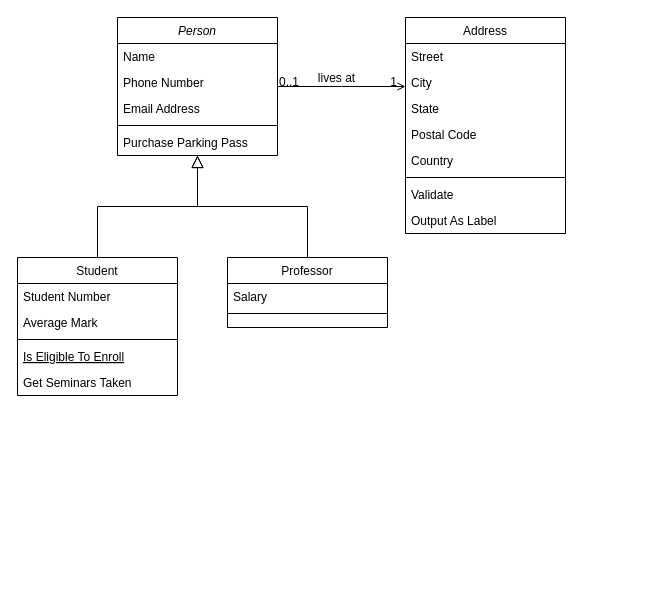
Above: Diagrama sem nome.drawio in ICEI-PUC-Minas-PMV-ADS/pmv-ads-2023-1-e2-proj-int-t3-pmv-ads-2023-1-e3-proj-int-t3-time3-ci (draw.io), before the change. Source tidied: cells renumbered, new cells numbered last; positions are measured from the earlier drawing's top-left corner, leaving out a move shared by most shapes. Both pictures are drawn from the tidied source at 100%, with x=0, y=0 at pixel (17, 17).
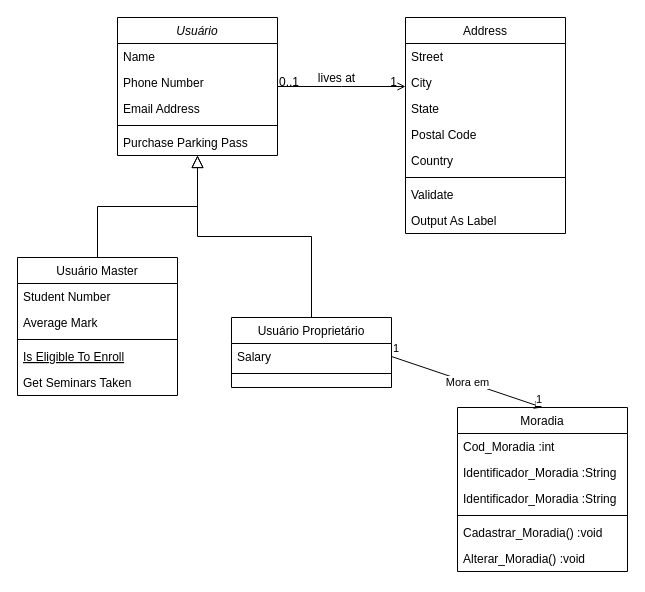
Above is the later version.

Unchanged cells that the change refers to:
```xml
<mxCell id="16" value="Salary" style="text;align=left;verticalAlign=top;spacingLeft=4;spacingRight=4;overflow=hidden;points=[[0,0.5],[1,0.5]];portConstraint=eastwest;" parent="15" vertex="1">
  <mxGeometry y="26" width="160" height="26" as="geometry" />
</mxCell>
```

What changed in the source:
```diff
@@
-    <mxCell id="2" value="Person" style="swimlane;fontStyle=2;align=center;verticalAlign=top;horizontal=1;startSize=26;rounded=0;shadow=0;strokeWidth=1;" parent="1" vertex="1">
+    <mxCell id="2" value="Usuário" style="swimlane;fontStyle=2;align=center;verticalAlign=top;horizontal=1;startSize=26;rounded=0;shadow=0;strokeWidth=1;" parent="1" vertex="1">
       <mxGeometry x="100" width="160" height="138" as="geometry" />
     </mxCell>
@@
-    <mxCell id="8" value="Student" style="swimlane;fontStyle=0;align=center;verticalAlign=top;horizontal=1;startSize=26;rounded=0;shadow=0;strokeWidth=1;" parent="1" vertex="1">
+    <mxCell id="8" value="Usuário Master" style="swimlane;fontStyle=0;align=center;verticalAlign=top;horizontal=1;startSize=26;rounded=0;shadow=0;strokeWidth=1;" parent="1" vertex="1">
       <mxGeometry y="240" width="160" height="138" as="geometry" />
     </mxCell>
@@
-    <mxCell id="15" value="Professor" style="swimlane;fontStyle=0;align=center;verticalAlign=top;horizontal=1;startSize=26;rounded=0;shadow=0;strokeWidth=1;" parent="1" vertex="1">
-      <mxGeometry x="210" y="240" width="160" height="70" as="geometry" />
+    <mxCell id="15" value="Usuário Proprietário" style="swimlane;fontStyle=0;align=center;verticalAlign=top;horizontal=1;startSize=26;rounded=0;shadow=0;strokeWidth=1;" parent="1" vertex="1">
+      <mxGeometry x="214" y="300" width="160" height="70" as="geometry" />
     </mxCell>
@@
+    <mxCell id="32" value="Moradia&#10;" style="swimlane;fontStyle=0;align=center;verticalAlign=top;horizontal=1;startSize=26;rounded=0;shadow=0;strokeWidth=1;" parent="1" vertex="1">
+      <mxGeometry x="440" y="390" width="170" height="164" as="geometry" />
+    </mxCell>
+    <mxCell id="33" value="Cod_Moradia :int" style="text;align=left;verticalAlign=top;spacingLeft=4;spacingRight=4;overflow=hidden;" parent="32" vertex="1">
+      <mxGeometry y="26" width="170" height="26" as="geometry" />
+    </mxCell>
+    <mxCell id="34" value="Identificador_Moradia :String" style="text;align=left;verticalAlign=top;spacingLeft=4;spacingRight=4;overflow=hidden;rounded=0;shadow=0;html=0;" parent="32" vertex="1">
+      <mxGeometry y="52" width="170" height="26" as="geometry" />
+    </mxCell>
+    <mxCell id="35" value="Identificador_Moradia :String" style="text;align=left;verticalAlign=top;spacingLeft=4;spacingRight=4;overflow=hidden;rounded=0;shadow=0;html=0;" parent="32" vertex="1">
+      <mxGeometry y="78" width="170" height="26" as="geometry" />
+    </mxCell>
+    <mxCell id="36" style="line;html=1;strokeWidth=1;align=left;verticalAlign=middle;spacingTop=-1;spacingLeft=3;spacingRight=3;labelPosition=right;" parent="32" vertex="1">
+      <mxGeometry y="104" width="170" height="8" as="geometry" />
+    </mxCell>
+    <mxCell id="37" value="Cadastrar_Moradia() :void" style="text;align=left;verticalAlign=top;spacingLeft=4;spacingRight=4;overflow=hidden;fontStyle=0;" parent="32" vertex="1">
+      <mxGeometry y="112" width="170" height="26" as="geometry" />
+    </mxCell>
+    <mxCell id="38" value="Alterar_Moradia() :void" style="text;align=left;verticalAlign=top;spacingLeft=4;spacingRight=4;overflow=hidden;" parent="32" vertex="1">
+      <mxGeometry y="138" width="170" height="26" as="geometry" />
+    </mxCell>
+    <mxCell id="39" style="endArrow=classic;html=1;rounded=0;exitX=1;exitY=0.5;exitDx=0;exitDy=0;entryX=0.5;entryY=0;entryDx=0;entryDy=0;" parent="1" edge="1" source="16" target="32">
+      <mxGeometry relative="1" as="geometry" />
+    </mxCell>
+    <mxCell id="40" value="Mora em" style="edgeLabel;html=1;align=center;verticalAlign=middle;" parent="39" vertex="1">
+      <mxGeometry relative="1" as="geometry" />
+    </mxCell>
+    <mxCell id="41" value="1" style="edgeLabel;html=1;align=left;verticalAlign=bottom;" parent="39" vertex="1">
+      <mxGeometry x="-1" relative="1" as="geometry" />
+    </mxCell>
+    <mxCell id="42" value="1" style="edgeLabel;html=1;align=right;verticalAlign=bottom;" parent="39" vertex="1">
+      <mxGeometry x="1" relative="1" as="geometry" />
+    </mxCell>
```
